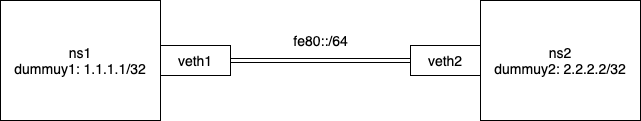
Earlier version of the draw.io export assets/img/2020-10-29-iproute2-next-obj/topo.png (Markunet/markunet.github.io). Source tidied: cells renumbered, new cells last; positions are measured from the earlier drawing's top-left corner, leaving out a move shared by most shapes. The source it was exported from:
```xml
<mxGraphModel>
  <root>
    <mxCell id="0" />
    <mxCell id="1" parent="0" />
    <mxCell id="2" value="ns1&lt;br style=&quot;font-size: 14px;&quot;&gt;dummuy1: 1.1.1.1/32" style="rounded=0;whiteSpace=wrap;html=1;fontSize=14;" parent="1" vertex="1">
      <mxGeometry width="160" height="120" as="geometry" />
    </mxCell>
    <mxCell id="3" value="ns2&lt;br style=&quot;font-size: 14px;&quot;&gt;dummuy2: 2.2.2.2/32" style="rounded=0;whiteSpace=wrap;html=1;fontSize=14;" parent="1" vertex="1">
      <mxGeometry x="480" width="160" height="120" as="geometry" />
    </mxCell>
    <mxCell id="4" value="veth1" style="rounded=0;whiteSpace=wrap;html=1;fontSize=14;" parent="1" vertex="1">
      <mxGeometry x="160" y="45" width="70" height="30" as="geometry" />
    </mxCell>
    <mxCell id="5" value="veth2" style="rounded=0;whiteSpace=wrap;html=1;fontSize=14;" parent="1" vertex="1">
      <mxGeometry x="410" y="45" width="70" height="30" as="geometry" />
    </mxCell>
    <mxCell id="6" style="shape=link;html=1;exitX=1;exitY=0.5;exitDx=0;exitDy=0;entryX=0;entryY=0.5;entryDx=0;entryDy=0;" parent="1" edge="1" source="4" target="5">
      <mxGeometry relative="1" as="geometry" />
    </mxCell>
    <mxCell id="7" value="fe80::/64" style="text;html=1;align=center;verticalAlign=middle;fillColor=none;strokeColor=none;rounded=0;fontSize=14;" parent="1" vertex="1">
      <mxGeometry x="285" y="30" width="70" height="20" as="geometry" />
    </mxCell>
  </root>
</mxGraphModel>
```
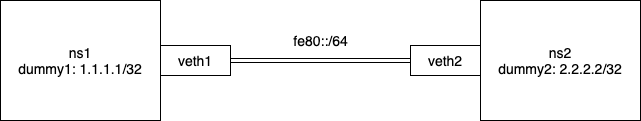
The same diagram one commit later.

Change to the diagram source:
```diff
@@ -2,10 +2,10 @@
   <root>
     <mxCell id="0" />
     <mxCell id="1" parent="0" />
-    <mxCell id="2" value="ns1&lt;br style=&quot;font-size: 14px;&quot;&gt;dummuy1: 1.1.1.1/32" style="rounded=0;whiteSpace=wrap;html=1;fontSize=14;" parent="1" vertex="1">
+    <mxCell id="2" value="ns1&lt;br style=&quot;font-size: 14px&quot;&gt;dummy1: 1.1.1.1/32" style="rounded=0;whiteSpace=wrap;html=1;fontSize=14;" parent="1" vertex="1">
       <mxGeometry width="160" height="120" as="geometry" />
     </mxCell>
-    <mxCell id="3" value="ns2&lt;br style=&quot;font-size: 14px;&quot;&gt;dummuy2: 2.2.2.2/32" style="rounded=0;whiteSpace=wrap;html=1;fontSize=14;" parent="1" vertex="1">
+    <mxCell id="3" value="ns2&lt;br style=&quot;font-size: 14px&quot;&gt;dummy2: 2.2.2.2/32" style="rounded=0;whiteSpace=wrap;html=1;fontSize=14;" parent="1" vertex="1">
       <mxGeometry x="480" width="160" height="120" as="geometry" />
     </mxCell>
     <mxCell id="4" value="veth1" style="rounded=0;whiteSpace=wrap;html=1;fontSize=14;" parent="1" vertex="1">
```
